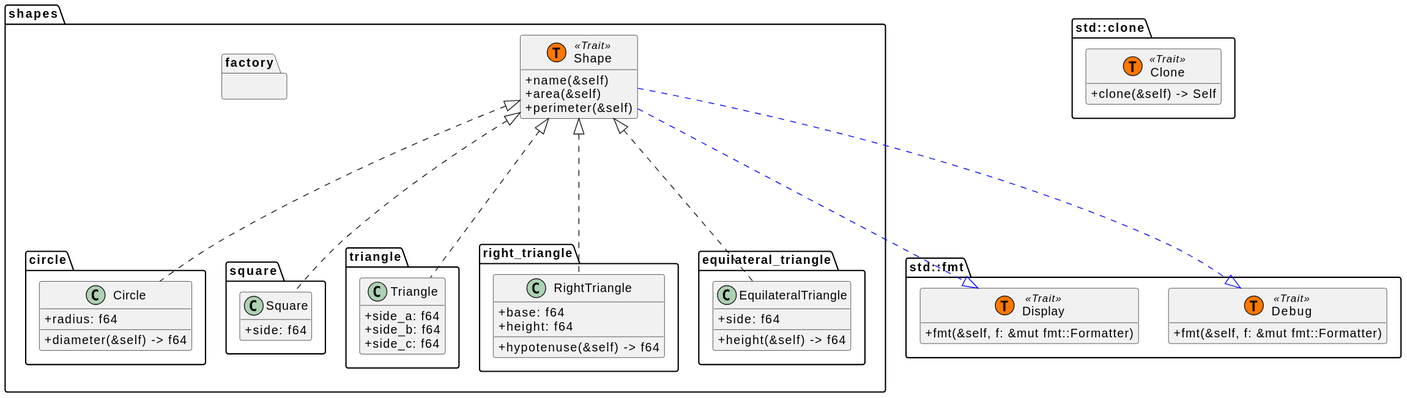
Earlier version of the PlantUML export Review-06-Rust-Shapes/uml/shapes.svg (cstkennedy/cs330-examples).
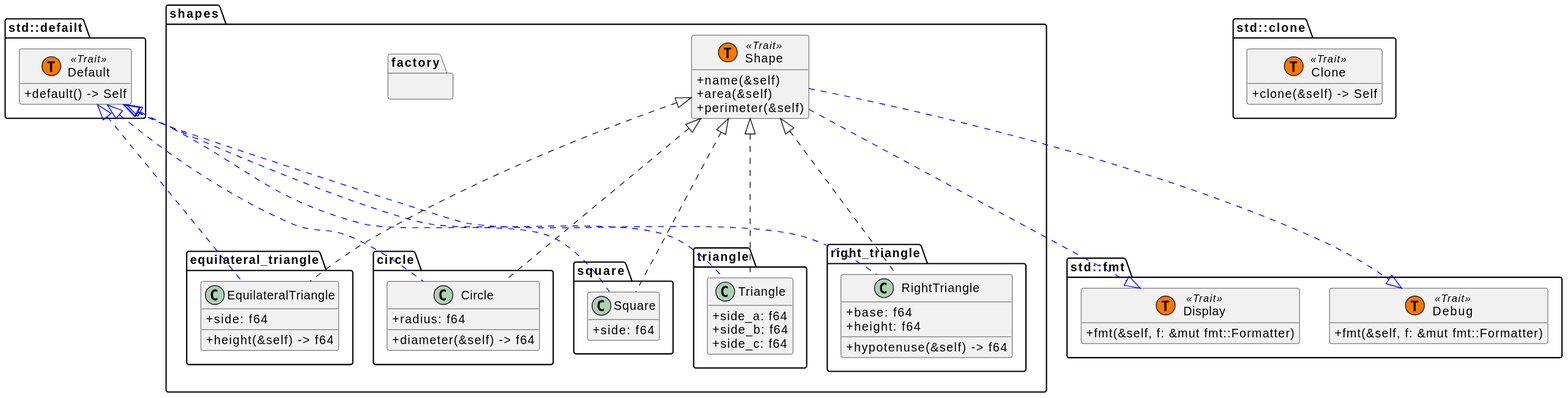
Later version of the same file.

Change to the diagram source:
```diff
@@ -65,9 +65,21 @@
     }
 }
 
+package std::defailt {
+    class Default << (T,#FF7700) Trait >> {
+        +default() -> Self
+    }
+}
+
 
 Shape .[#blue]...|> Display
 Shape .[#blue]...|> Debug
+
+Default <|.[#blue]... Circle
+Default <|.[#blue]... Square
+Default <|.[#blue]... Triangle
+Default <|.[#blue]... RightTriangle
+Default <|.[#blue]... EquilateralTriangle
 
 Shape <|.... Circle
 Shape <|.... Square
```
